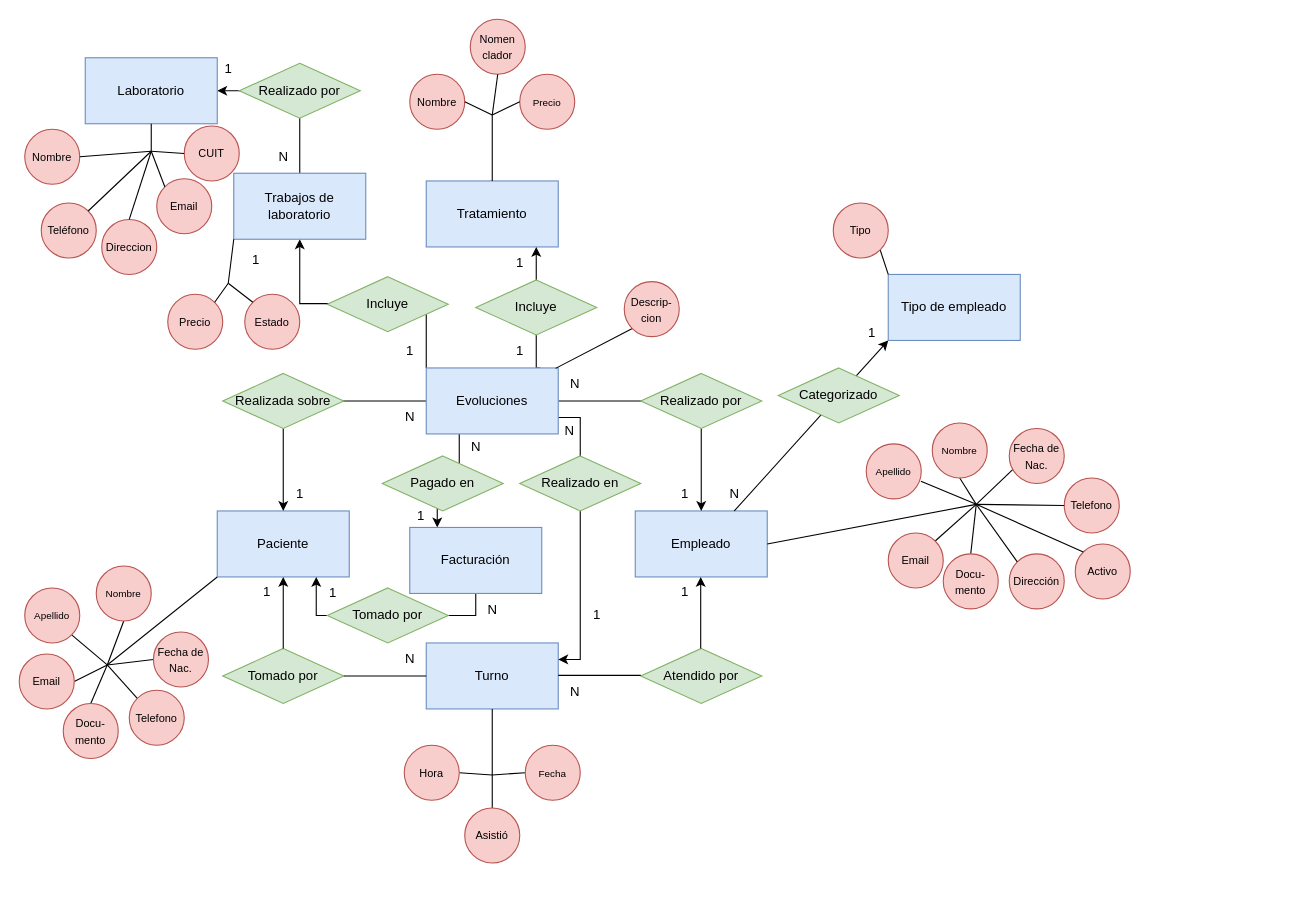
Above: page "Conceptual" (1 of 2) of DER FYM Dental.drawio in lbenav90/fymdentalSQL (draw.io), before the change. Source tidied: cells renumbered, new cells numbered last; positions are measured from the earlier drawing's top-left corner, leaving out a move shared by most shapes. Both pictures are drawn from the tidied source at 110%, with x=0, y=0 at pixel (19, 19).
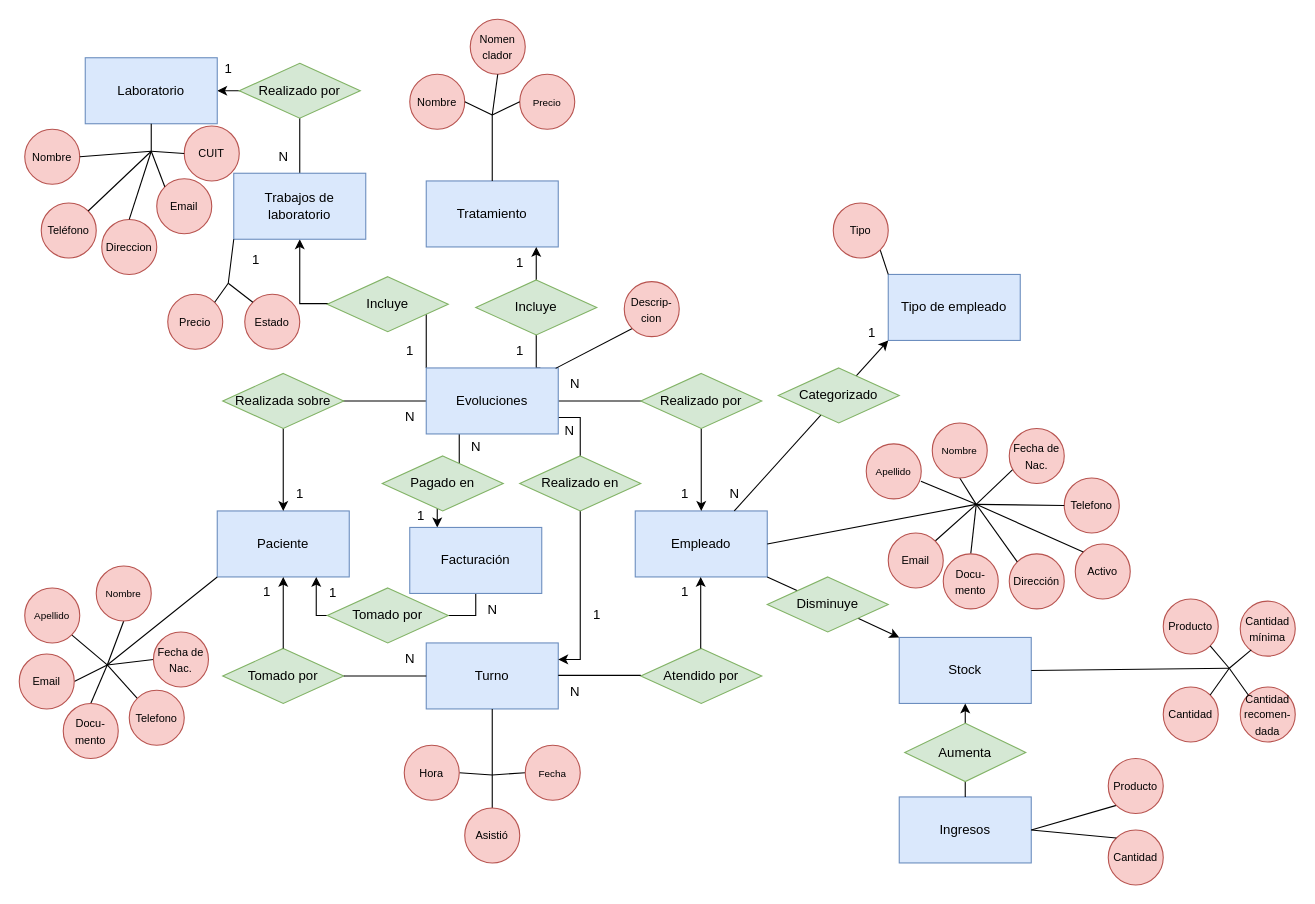
The same page after the edit.

The change refers to these unchanged cells:
```xml
<mxCell id="3" value="Empleado" style="rounded=0;whiteSpace=wrap;html=1;fillColor=#dae8fc;strokeColor=#6c8ebf;" parent="1" vertex="1">
  <mxGeometry x="560" y="447" width="120" height="60" as="geometry" />
</mxCell>
```

What changed in the source:
```diff
@@
+    <mxCell id="121" value="Stock" style="rounded=0;whiteSpace=wrap;html=1;fillColor=#dae8fc;strokeColor=#6c8ebf;" parent="1" vertex="1">
+      <mxGeometry x="800" y="562" width="120" height="60" as="geometry" />
+    </mxCell>
+    <mxCell id="122" value="Ingresos" style="rounded=0;whiteSpace=wrap;html=1;fillColor=#dae8fc;strokeColor=#6c8ebf;" parent="1" vertex="1">
+      <mxGeometry x="800" y="707" width="120" height="60" as="geometry" />
+    </mxCell>
+    <mxCell id="123" style="endArrow=classic;html=1;rounded=0;fontSize=12;exitX=1;exitY=1;exitDx=0;exitDy=0;entryX=0;entryY=0;entryDx=0;entryDy=0;startArrow=none;" parent="1" edge="1" source="126" target="121">
+      <mxGeometry relative="1" as="geometry" />
+    </mxCell>
+    <mxCell id="124" style="endArrow=classic;html=1;rounded=0;fontSize=12;exitX=0.5;exitY=0;exitDx=0;exitDy=0;entryX=0.5;entryY=1;entryDx=0;entryDy=0;startArrow=none;" parent="1" edge="1" source="128" target="121">
+      <mxGeometry relative="1" as="geometry" />
+    </mxCell>
+    <mxCell id="125" style="endArrow=none;html=1;rounded=0;fontSize=12;exitX=1;exitY=1;exitDx=0;exitDy=0;entryX=0;entryY=0;entryDx=0;entryDy=0;" parent="1" edge="1" source="3" target="126">
+      <mxGeometry relative="1" as="geometry" />
+    </mxCell>
+    <mxCell id="126" value="Disminuye" style="rhombus;whiteSpace=wrap;html=1;fillColor=#d5e8d4;strokeColor=#82b366;" parent="1" vertex="1">
+      <mxGeometry x="680" y="507" width="110" height="50" as="geometry" />
+    </mxCell>
+    <mxCell id="127" style="endArrow=none;html=1;rounded=0;fontSize=12;exitX=0.5;exitY=0;exitDx=0;exitDy=0;entryX=0.5;entryY=1;entryDx=0;entryDy=0;" parent="1" edge="1" source="122" target="128">
+      <mxGeometry relative="1" as="geometry" />
+    </mxCell>
+    <mxCell id="128" value="Aumenta" style="rhombus;whiteSpace=wrap;html=1;fillColor=#d5e8d4;strokeColor=#82b366;" parent="1" vertex="1">
+      <mxGeometry x="805" y="640" width="110" height="53" as="geometry" />
+    </mxCell>
+    <mxCell id="129" style="endArrow=none;html=1;rounded=0;exitX=1;exitY=0.5;exitDx=0;exitDy=0;" parent="1" edge="1" source="121">
+      <mxGeometry relative="1" as="geometry">
+        <mxPoint x="1100" y="590" as="targetPoint" />
+      </mxGeometry>
+    </mxCell>
+    <mxCell id="130" value="&lt;font size=&quot;1&quot;&gt;Producto&lt;/font&gt;" style="ellipse;whiteSpace=wrap;html=1;fillColor=#f8cecc;strokeColor=#b85450;" parent="1" vertex="1">
+      <mxGeometry x="1040" y="527" width="50" height="50" as="geometry" />
+    </mxCell>
+    <mxCell id="131" value="&lt;font size=&quot;1&quot;&gt;Cantidad&lt;/font&gt;" style="ellipse;whiteSpace=wrap;html=1;fillColor=#f8cecc;strokeColor=#b85450;" parent="1" vertex="1">
+      <mxGeometry x="1040" y="607" width="50" height="50" as="geometry" />
+    </mxCell>
+    <mxCell id="132" value="&lt;font size=&quot;1&quot;&gt;Cantidad mínima&lt;/font&gt;" style="ellipse;whiteSpace=wrap;html=1;fillColor=#f8cecc;strokeColor=#b85450;" parent="1" vertex="1">
+      <mxGeometry x="1110" y="529" width="50" height="50" as="geometry" />
+    </mxCell>
+    <mxCell id="133" value="&lt;font size=&quot;1&quot;&gt;Cantidad recomen-&lt;br&gt;dada&lt;br&gt;&lt;/font&gt;" style="ellipse;whiteSpace=wrap;html=1;fillColor=#f8cecc;strokeColor=#b85450;" parent="1" vertex="1">
+      <mxGeometry x="1110" y="607" width="50" height="50" as="geometry" />
+    </mxCell>
+    <mxCell id="134" style="endArrow=none;html=1;rounded=0;fontSize=9;exitX=1;exitY=1;exitDx=0;exitDy=0;" parent="1" edge="1" source="130">
+      <mxGeometry relative="1" as="geometry">
+        <mxPoint x="1100" y="590" as="targetPoint" />
+      </mxGeometry>
+    </mxCell>
+    <mxCell id="135" style="endArrow=none;html=1;rounded=0;fontSize=9;entryX=1;entryY=0;entryDx=0;entryDy=0;" parent="1" edge="1" target="131">
+      <mxGeometry relative="1" as="geometry">
+        <mxPoint x="1100" y="590" as="sourcePoint" />
+      </mxGeometry>
+    </mxCell>
+    <mxCell id="136" style="endArrow=none;html=1;rounded=0;fontSize=9;exitX=0.2;exitY=0.885;exitDx=0;exitDy=0;exitPerimeter=0;" parent="1" edge="1" source="132">
+      <mxGeometry relative="1" as="geometry">
+        <mxPoint x="1100" y="590" as="targetPoint" />
+      </mxGeometry>
+    </mxCell>
+    <mxCell id="137" style="endArrow=none;html=1;rounded=0;fontSize=9;exitX=0;exitY=0;exitDx=0;exitDy=0;" parent="1" edge="1" source="133">
+      <mxGeometry relative="1" as="geometry">
+        <mxPoint x="1100" y="590" as="targetPoint" />
+      </mxGeometry>
+    </mxCell>
+    <mxCell id="138" style="endArrow=none;html=1;rounded=0;exitX=1;exitY=0.5;exitDx=0;exitDy=0;entryX=0;entryY=1;entryDx=0;entryDy=0;" parent="1" edge="1" source="122" target="139">
+      <mxGeometry relative="1" as="geometry" />
+    </mxCell>
+    <mxCell id="139" value="&lt;font size=&quot;1&quot;&gt;Producto&lt;/font&gt;" style="ellipse;whiteSpace=wrap;html=1;fillColor=#f8cecc;strokeColor=#b85450;" parent="1" vertex="1">
+      <mxGeometry x="990" y="672" width="50" height="50" as="geometry" />
+    </mxCell>
+    <mxCell id="140" value="&lt;font size=&quot;1&quot;&gt;Cantidad&lt;/font&gt;" style="ellipse;whiteSpace=wrap;html=1;fillColor=#f8cecc;strokeColor=#b85450;" parent="1" vertex="1">
+      <mxGeometry x="990" y="737" width="50" height="50" as="geometry" />
+    </mxCell>
+    <mxCell id="141" style="endArrow=none;html=1;rounded=0;exitX=1;exitY=0.5;exitDx=0;exitDy=0;entryX=0;entryY=0;entryDx=0;entryDy=0;" parent="1" edge="1" source="122" target="140">
+      <mxGeometry relative="1" as="geometry" />
+    </mxCell>
```
